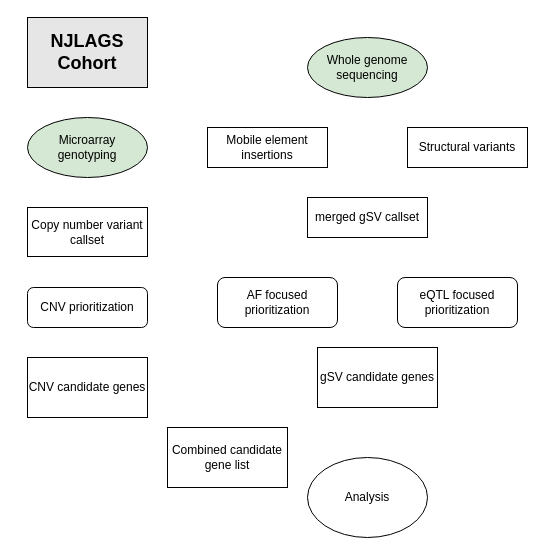
Before: Figures_and_Tables/FullProject.drawio in RohanAlibutud/NJLAGS_SV, a draw.io diagram. Source tidied: cells renumbered, new cells numbered last; positions are measured from the earlier drawing's top-left corner, leaving out a move shared by most shapes. Both pictures are drawn from the tidied source at 100%, with x=0, y=0 at pixel (27, 17).
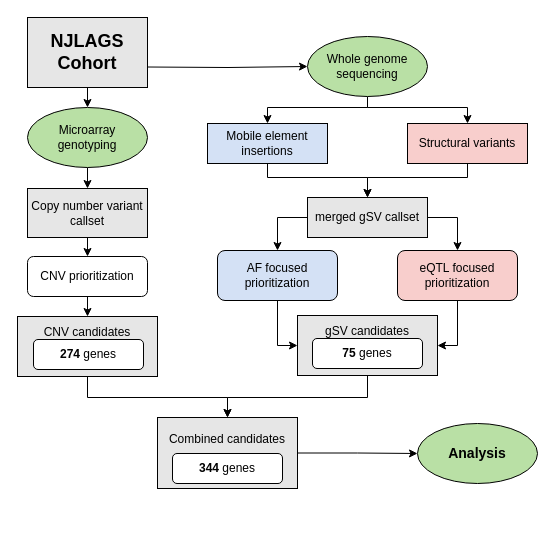
After the change.

Unchanged cells that the change refers to:
```xml
<mxCell id="2" value="&lt;font style=&quot;font-size: 18px;&quot;&gt;&lt;b&gt;NJLAGS Cohort&lt;/b&gt;&lt;/font&gt;" style="rounded=0;whiteSpace=wrap;html=1;fillColor=#E6E6E6;" parent="1" vertex="1">
  <mxGeometry width="120" height="70" as="geometry" />
</mxCell>
```

What changed in the source:
```diff
@@
+    <mxCell id="16" style="edgeStyle=orthogonalEdgeStyle;rounded=0;jettySize=auto;html=1;exitX=0.5;exitY=1;exitDx=0;exitDy=0;entryX=0.5;entryY=0;entryDx=0;entryDy=0;" parent="1" edge="1" source="2" target="3">
+      <mxGeometry relative="1" as="geometry" />
+    </mxCell>
+    <mxCell id="17" style="edgeStyle=orthogonalEdgeStyle;rounded=0;orthogonalLoop=1;jettySize=auto;html=1;exitX=1;exitY=0.75;exitDx=0;exitDy=0;entryX=0;entryY=0.5;entryDx=0;entryDy=0;" parent="1" edge="1">
+      <mxGeometry relative="1" as="geometry">
+        <mxPoint x="120" y="49.5" as="sourcePoint" />
+        <mxPoint x="280" y="49" as="targetPoint" />
+      </mxGeometry>
+    </mxCell>
@@
+    <mxCell id="18" style="edgeStyle=orthogonalEdgeStyle;rounded=0;jettySize=auto;html=1;exitX=0.5;exitY=1;exitDx=0;exitDy=0;entryX=0.5;entryY=0;entryDx=0;entryDy=0;" parent="1" edge="1" source="3" target="8">
+      <mxGeometry relative="1" as="geometry" />
+    </mxCell>
-    <mxCell id="3" value="Microarray genotyping" style="ellipse;whiteSpace=wrap;html=1;fillColor=#D5E8D4;" parent="1" vertex="1">
-      <mxGeometry y="100" width="120" height="60" as="geometry" />
+    <mxCell id="3" value="Microarray genotyping" style="ellipse;whiteSpace=wrap;html=1;fillColor=#B9E0A5;" parent="1" vertex="1">
+      <mxGeometry y="90" width="120" height="60" as="geometry" />
     </mxCell>
+    <mxCell id="19" style="edgeStyle=orthogonalEdgeStyle;rounded=0;jettySize=auto;html=1;entryX=0.5;entryY=0;entryDx=0;entryDy=0;" parent="1" edge="1" target="5">
+      <mxGeometry relative="1" as="geometry">
+        <mxPoint x="340" y="82" as="sourcePoint" />
+        <Array as="points">
+          <mxPoint x="340" y="90" />
+          <mxPoint x="240" y="90" />
+        </Array>
+      </mxGeometry>
+    </mxCell>
+    <mxCell id="20" style="edgeStyle=orthogonalEdgeStyle;rounded=0;jettySize=auto;html=1;exitX=0.5;exitY=1;exitDx=0;exitDy=0;entryX=0.5;entryY=0;entryDx=0;entryDy=0;" parent="1" edge="1" source="4" target="6">
+      <mxGeometry relative="1" as="geometry">
+        <Array as="points">
+          <mxPoint x="340" y="90" />
+          <mxPoint x="440" y="90" />
+        </Array>
+      </mxGeometry>
+    </mxCell>
-    <mxCell id="4" value="Whole genome sequencing" style="ellipse;whiteSpace=wrap;html=1;fillColor=#D5E8D4;" parent="1" vertex="1">
-      <mxGeometry x="280" y="20" width="120" height="60" as="geometry" />
+    <mxCell id="4" value="Whole genome sequencing" style="ellipse;whiteSpace=wrap;html=1;fillColor=#B9E0A5;" parent="1" vertex="1">
+      <mxGeometry x="280" y="19" width="120" height="60" as="geometry" />
     </mxCell>
+    <mxCell id="21" style="edgeStyle=orthogonalEdgeStyle;rounded=0;jettySize=auto;html=1;exitX=0.5;exitY=1;exitDx=0;exitDy=0;entryX=0.5;entryY=0;entryDx=0;entryDy=0;" parent="1" edge="1" source="5" target="7">
+      <mxGeometry relative="1" as="geometry">
+        <Array as="points">
+          <mxPoint x="240" y="160" />
+          <mxPoint x="340" y="160" />
+        </Array>
+      </mxGeometry>
+    </mxCell>
-    <mxCell id="5" value="Mobile element insertions" style="rounded=0;whiteSpace=wrap;html=1;" parent="1" vertex="1">
-      <mxGeometry x="180" y="110" width="120" height="40" as="geometry" />
+    <mxCell id="5" value="Mobile element insertions" style="rounded=0;whiteSpace=wrap;html=1;fillColor=#D4E1F5;" parent="1" vertex="1">
+      <mxGeometry x="180" y="106" width="120" height="40" as="geometry" />
     </mxCell>
+    <mxCell id="22" style="edgeStyle=orthogonalEdgeStyle;rounded=0;jettySize=auto;html=1;exitX=0.5;exitY=1;exitDx=0;exitDy=0;entryX=0.5;entryY=0;entryDx=0;entryDy=0;" parent="1" edge="1" source="6" target="7">
+      <mxGeometry relative="1" as="geometry">
+        <Array as="points">
+          <mxPoint x="440" y="160" />
+          <mxPoint x="340" y="160" />
+        </Array>
+      </mxGeometry>
+    </mxCell>
-    <mxCell id="6" value="Structural variants" style="rounded=0;whiteSpace=wrap;html=1;" parent="1" vertex="1">
-      <mxGeometry x="380" y="110" width="120" height="40" as="geometry" />
+    <mxCell id="6" value="Structural variants" style="rounded=0;whiteSpace=wrap;html=1;fillColor=#F8CECC;" parent="1" vertex="1">
+      <mxGeometry x="380" y="106" width="120" height="40" as="geometry" />
     </mxCell>
+    <mxCell id="23" style="edgeStyle=orthogonalEdgeStyle;rounded=0;jettySize=auto;html=1;exitX=0;exitY=0.5;exitDx=0;exitDy=0;entryX=0.5;entryY=0;entryDx=0;entryDy=0;" parent="1" edge="1" source="7" target="10">
+      <mxGeometry relative="1" as="geometry" />
+    </mxCell>
+    <mxCell id="24" style="edgeStyle=orthogonalEdgeStyle;rounded=0;jettySize=auto;html=1;exitX=1;exitY=0.5;exitDx=0;exitDy=0;entryX=0.5;entryY=0;entryDx=0;entryDy=0;" parent="1" edge="1" source="7" target="11">
+      <mxGeometry relative="1" as="geometry" />
+    </mxCell>
-    <mxCell id="7" value="merged gSV callset" style="rounded=0;whiteSpace=wrap;html=1;" parent="1" vertex="1">
+    <mxCell id="7" value="merged gSV callset" style="rounded=0;whiteSpace=wrap;html=1;fillColor=#E6E6E6;" parent="1" vertex="1">
       <mxGeometry x="280" y="180" width="120" height="40" as="geometry" />
     </mxCell>
+    <mxCell id="25" style="edgeStyle=orthogonalEdgeStyle;rounded=0;jettySize=auto;html=1;exitX=0.5;exitY=1;exitDx=0;exitDy=0;entryX=0.5;entryY=0;entryDx=0;entryDy=0;" parent="1" edge="1" source="8" target="9">
+      <mxGeometry relative="1" as="geometry" />
+    </mxCell>
-    <mxCell id="8" value="Copy number variant callset" style="rounded=0;whiteSpace=wrap;html=1;" parent="1" vertex="1">
-      <mxGeometry y="190" width="120" height="49" as="geometry" />
+    <mxCell id="8" value="Copy number variant callset" style="rounded=0;whiteSpace=wrap;html=1;fillColor=#E6E6E6;" parent="1" vertex="1">
+      <mxGeometry y="171" width="120" height="49" as="geometry" />
     </mxCell>
+    <mxCell id="26" style="edgeStyle=orthogonalEdgeStyle;rounded=0;jettySize=auto;html=1;exitX=0.5;exitY=1;exitDx=0;exitDy=0;entryX=0.5;entryY=0;entryDx=0;entryDy=0;" parent="1" edge="1" source="9" target="12">
+      <mxGeometry relative="1" as="geometry" />
+    </mxCell>
     <mxCell id="9" value="&lt;div&gt;CNV prioritization&lt;/div&gt;" style="rounded=1;whiteSpace=wrap;html=1;" parent="1" vertex="1">
-      <mxGeometry y="270" width="120" height="40" as="geometry" />
+      <mxGeometry y="239" width="120" height="40" as="geometry" />
     </mxCell>
+    <mxCell id="27" style="edgeStyle=orthogonalEdgeStyle;rounded=0;jettySize=auto;html=1;exitX=0.5;exitY=1;exitDx=0;exitDy=0;entryX=0;entryY=0.5;entryDx=0;entryDy=0;" parent="1" edge="1" source="10" target="13">
+      <mxGeometry relative="1" as="geometry" />
+    </mxCell>
-    <mxCell id="10" value="AF focused prioritization" style="rounded=1;whiteSpace=wrap;html=1;" parent="1" vertex="1">
-      <mxGeometry x="190" y="260" width="120" height="50" as="geometry" />
+    <mxCell id="10" value="AF focused prioritization" style="rounded=1;whiteSpace=wrap;html=1;fillColor=#D4E1F5;" parent="1" vertex="1">
+      <mxGeometry x="190" y="233" width="120" height="50" as="geometry" />
     </mxCell>
+    <mxCell id="28" style="edgeStyle=orthogonalEdgeStyle;rounded=0;jettySize=auto;html=1;exitX=0.5;exitY=1;exitDx=0;exitDy=0;entryX=1;entryY=0.5;entryDx=0;entryDy=0;" parent="1" edge="1" source="11" target="13">
+      <mxGeometry relative="1" as="geometry" />
+    </mxCell>
-    <mxCell id="11" value="eQTL focused prioritization" style="rounded=1;whiteSpace=wrap;html=1;" parent="1" vertex="1">
-      <mxGeometry x="370" y="260" width="120" height="50" as="geometry" />
+    <mxCell id="11" value="eQTL focused prioritization" style="rounded=1;whiteSpace=wrap;html=1;fillColor=#F8CECC;" parent="1" vertex="1">
+      <mxGeometry x="370" y="233" width="120" height="50" as="geometry" />
     </mxCell>
+    <mxCell id="29" style="edgeStyle=orthogonalEdgeStyle;rounded=0;jettySize=auto;html=1;exitX=0.5;exitY=1;exitDx=0;exitDy=0;entryX=0.5;entryY=0;entryDx=0;entryDy=0;" parent="1" edge="1" source="12" target="14">
+      <mxGeometry relative="1" as="geometry">
+        <Array as="points">
+          <mxPoint x="60" y="380" />
+          <mxPoint x="200" y="380" />
+        </Array>
+      </mxGeometry>
+    </mxCell>
-    <mxCell id="12" value="&lt;div&gt;CNV candidate genes&lt;/div&gt;" style="rounded=0;whiteSpace=wrap;html=1;" parent="1" vertex="1">
-      <mxGeometry y="340" width="120" height="60" as="geometry" />
+    <mxCell id="12" value="&lt;div&gt;CNV candidates&lt;br&gt;&lt;/div&gt;&lt;div&gt;&lt;br&gt;&lt;/div&gt;&lt;div&gt;&amp;nbsp;&lt;br&gt;&lt;/div&gt;" style="rounded=0;whiteSpace=wrap;html=1;fillColor=#E6E6E6;" parent="1" vertex="1">
+      <mxGeometry x="-10" y="299" width="140" height="60" as="geometry" />
     </mxCell>
+    <mxCell id="30" style="edgeStyle=orthogonalEdgeStyle;rounded=0;jettySize=auto;html=1;exitX=0.5;exitY=1;exitDx=0;exitDy=0;entryX=0.5;entryY=0;entryDx=0;entryDy=0;" parent="1" edge="1" source="13" target="14">
+      <mxGeometry relative="1" as="geometry">
+        <Array as="points">
+          <mxPoint x="340" y="380" />
+          <mxPoint x="200" y="380" />
+        </Array>
+      </mxGeometry>
+    </mxCell>
-    <mxCell id="13" value="gSV candidate genes" style="rounded=0;whiteSpace=wrap;html=1;" parent="1" vertex="1">
-      <mxGeometry x="290" y="330" width="120" height="60" as="geometry" />
+    <mxCell id="13" value="&lt;div&gt;gSV candidates&lt;br&gt;&lt;/div&gt;&lt;div&gt;&amp;nbsp;&lt;br&gt;&lt;/div&gt;&amp;nbsp;" style="rounded=0;whiteSpace=wrap;html=1;fillColor=#E6E6E6;" parent="1" vertex="1">
+      <mxGeometry x="270" y="298" width="140" height="60" as="geometry" />
     </mxCell>
+    <mxCell id="31" style="edgeStyle=orthogonalEdgeStyle;rounded=0;jettySize=auto;html=1;exitX=1;exitY=0.5;exitDx=0;exitDy=0;entryX=0;entryY=0.5;entryDx=0;entryDy=0;" parent="1" edge="1" source="14" target="15">
+      <mxGeometry relative="1" as="geometry" />
+    </mxCell>
-    <mxCell id="14" value="Combined candidate gene list" style="rounded=0;whiteSpace=wrap;html=1;" parent="1" vertex="1">
-      <mxGeometry x="140" y="410" width="120" height="60" as="geometry" />
+    <mxCell id="14" value="&lt;div&gt;Combined candidates&lt;br&gt;&lt;/div&gt;&lt;div&gt;&lt;br&gt;&lt;/div&gt;&lt;div&gt;&lt;br&gt;&lt;/div&gt;" style="rounded=0;whiteSpace=wrap;html=1;fillColor=#E6E6E6;" parent="1" vertex="1">
+      <mxGeometry x="130" y="400" width="140" height="71" as="geometry" />
     </mxCell>
-    <mxCell id="15" value="Analysis" style="ellipse;whiteSpace=wrap;html=1;" parent="1" vertex="1">
-      <mxGeometry x="280" y="440" width="120" height="80" as="geometry" />
+    <mxCell id="15" value="&lt;font style=&quot;font-size: 14px;&quot;&gt;&lt;b&gt;Analysis&lt;/b&gt;&lt;/font&gt;" style="ellipse;whiteSpace=wrap;html=1;fillColor=#B9E0A5;" parent="1" vertex="1">
+      <mxGeometry x="390" y="406" width="120" height="60" as="geometry" />
     </mxCell>
+    <mxCell id="32" value="&lt;b&gt;274&lt;/b&gt; genes" style="rounded=1;whiteSpace=wrap;html=1;" parent="1" vertex="1">
+      <mxGeometry x="6" y="322" width="110" height="30" as="geometry" />
+    </mxCell>
+    <mxCell id="33" value="&lt;b&gt;75&lt;/b&gt; genes" style="rounded=1;whiteSpace=wrap;html=1;" parent="1" vertex="1">
+      <mxGeometry x="285" y="321" width="110" height="30" as="geometry" />
+    </mxCell>
+    <mxCell id="34" value="&lt;b&gt;344&lt;/b&gt; genes" style="rounded=1;whiteSpace=wrap;html=1;" parent="1" vertex="1">
+      <mxGeometry x="145" y="436" width="110" height="30" as="geometry" />
+    </mxCell>
```
